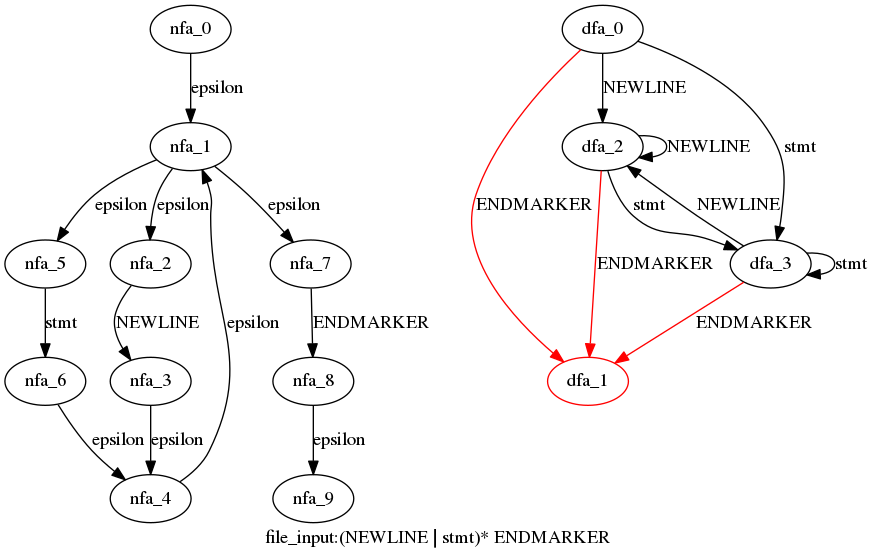
Above: cpython/grammar/handwrite/nfa_dfas/1.file_input.dot.png in WinChua/blog (Graphviz), before the change. Its source is kept beside it as cpython/grammar/handwrite/nfa_dfas/1.file_input.dot. Its diagram source:
```dot
digraph file_input {
 graph[label="file_input:(NEWLINE | stmt)* ENDMARKER"]
 subgraph file_input_nfa {
  nfa_0->nfa_1[label="epsilon"]
  nfa_1->nfa_2[label="epsilon"]
  nfa_2->nfa_3[label="NEWLINE"]
  nfa_3->nfa_4[label="epsilon"]
  nfa_4->nfa_1[label="epsilon"]
  nfa_1->nfa_5[label="epsilon"]
  nfa_5->nfa_6[label="stmt"]
  nfa_6->nfa_4[label="epsilon"]
  nfa_1->nfa_7[label="epsilon"]
  nfa_7->nfa_8[label="ENDMARKER"]
  nfa_8->nfa_9[label="epsilon"]
  }
 subgraph file_input_dfa {
  dfa_0->dfa_1[label="ENDMARKER",color=red]
  dfa_0->dfa_2[label="NEWLINE"]
  dfa_2->dfa_2[label="NEWLINE"]
  dfa_2->dfa_1[label="ENDMARKER",color=red]
  dfa_2->dfa_3[label="stmt"]
  dfa_3->dfa_2[label="NEWLINE"]
  dfa_3->dfa_1[label="ENDMARKER",color=red]
  dfa_3->dfa_3[label="stmt"]
  dfa_0->dfa_3[label="stmt"]
  dfa_1[color=red]
  }
}
```
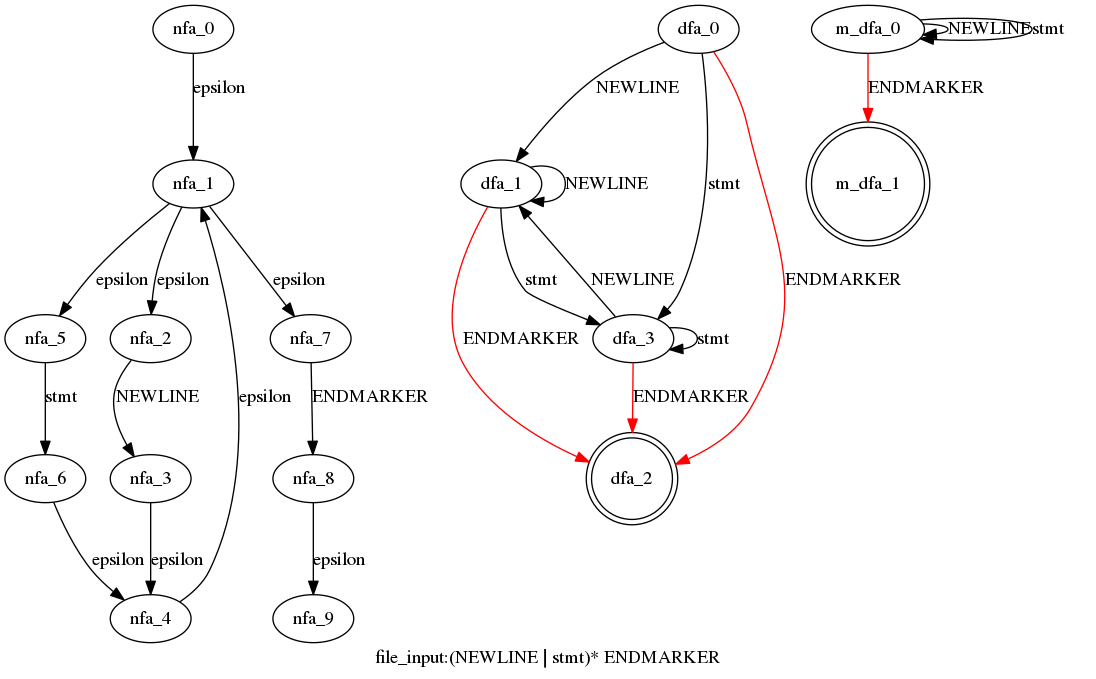
After the commit.

Change to the diagram source:
```diff
@@ -14,15 +14,21 @@
   nfa_8->nfa_9[label="epsilon"]
   }
  subgraph file_input_dfa {
-  dfa_0->dfa_1[label="ENDMARKER",color=red]
-  dfa_0->dfa_2[label="NEWLINE"]
-  dfa_2->dfa_2[label="NEWLINE"]
-  dfa_2->dfa_1[label="ENDMARKER",color=red]
-  dfa_2->dfa_3[label="stmt"]
-  dfa_3->dfa_2[label="NEWLINE"]
-  dfa_3->dfa_1[label="ENDMARKER",color=red]
+  dfa_0->dfa_1[label="NEWLINE"]
+  dfa_1->dfa_1[label="NEWLINE"]
+  dfa_1->dfa_2[label="ENDMARKER",color=red]
+  dfa_1->dfa_3[label="stmt"]
+  dfa_3->dfa_1[label="NEWLINE"]
+  dfa_3->dfa_2[label="ENDMARKER",color=red]
   dfa_3->dfa_3[label="stmt"]
   dfa_0->dfa_3[label="stmt"]
-  dfa_1[color=red]
+  dfa_0->dfa_2[label="ENDMARKER",color=red]
+  dfa_2[shape=doublecircle]
+  }
+ subgraph file_input_m_dfa {
+  m_dfa_0->m_dfa_1[label="ENDMARKER",color=red]
+  m_dfa_0->m_dfa_0[label="NEWLINE"]
+  m_dfa_0->m_dfa_0[label="stmt"]
+  m_dfa_1[shape=doublecircle]
   }
 }
```
